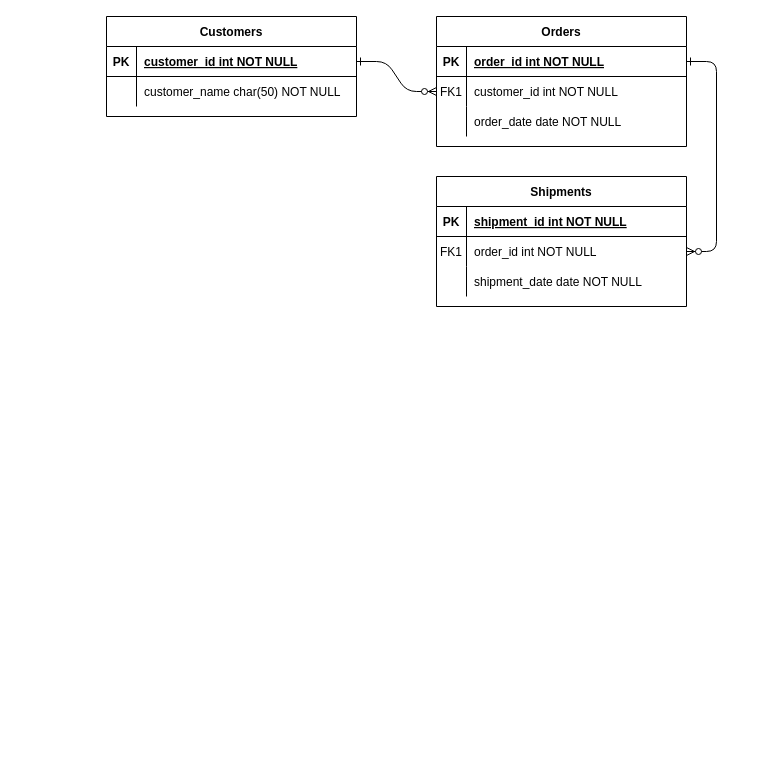
Above: Untitled Diagram.drawio in theninzaworld/theninzaworld (draw.io), before the change. Source tidied: cells renumbered, new cells numbered last; positions are measured from the earlier drawing's top-left corner, leaving out a move shared by most shapes. Both pictures are drawn from the tidied source at 100%, with x=0, y=0 at pixel (106, 16).
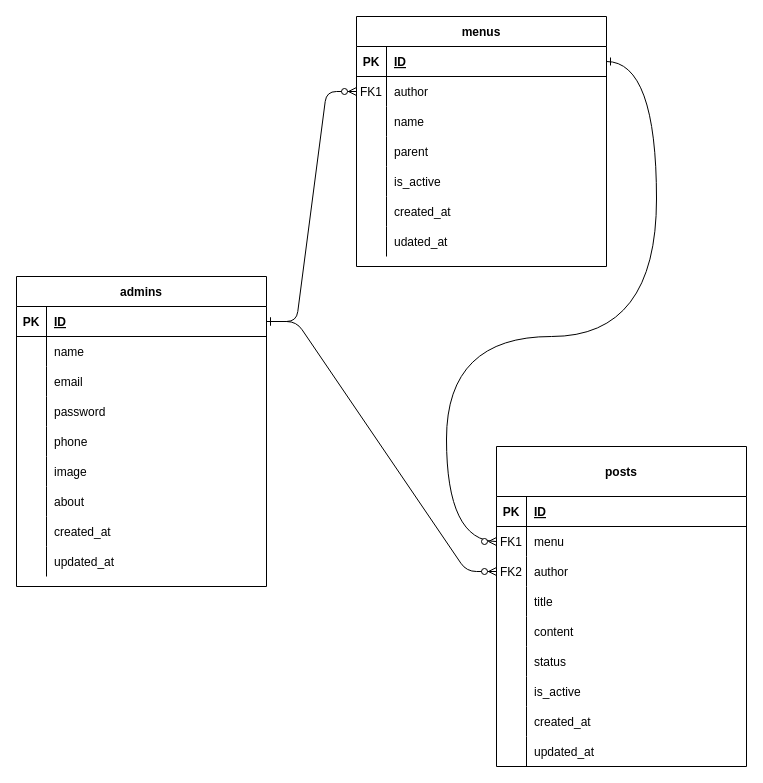
The same page after the edit.

Commit message:
Admin, Posts, Menus updated.drawio

The change refers to these unchanged cells:
```xml
<mxCell id="15" style="shape=partialRectangle;fillColor=none;points=[[0,0.5],[1,0.5]];portConstraint=eastwest;top=0;left=0;right=0;bottom=1;" parent="14" vertex="1">
  <mxGeometry y="30" width="250" height="30" as="geometry" />
</mxCell>
<mxCell id="18" style="shape=partialRectangle;fillColor=none;points=[[0,0.5],[1,0.5]];portConstraint=eastwest;top=0;left=0;right=0;bottom=0;" parent="14" vertex="1">
  <mxGeometry y="60" width="250" height="30" as="geometry" />
</mxCell>
<mxCell id="21" style="shape=partialRectangle;fillColor=none;top=0;left=0;right=0;bottom=0;" parent="14" vertex="1">
  <mxGeometry y="90" width="250" height="30" as="geometry" />
</mxCell>
<mxCell id="25" style="shape=partialRectangle;fillColor=none;points=[[0,0.5],[1,0.5]];portConstraint=eastwest;top=0;left=0;right=0;bottom=1;" parent="24" vertex="1">
  <mxGeometry y="30" width="250" height="30" as="geometry" />
</mxCell>
<mxCell id="28" style="shape=partialRectangle;fillColor=none;top=0;left=0;right=0;bottom=0;" parent="24" vertex="1">
  <mxGeometry y="60" width="250" height="30" as="geometry" />
</mxCell>
```

Change to the diagram source:
```diff
@@
-    <mxCell id="2" style="edgeStyle=entityRelationEdgeStyle;endArrow=ERzeroToMany;startArrow=ERone;endFill=1;startFill=0;" parent="1" edge="1" source="25" target="8">
+    <mxCell id="2" style="edgeStyle=entityRelationEdgeStyle;endArrow=ERzeroToMany;startArrow=ERone;endFill=1;startFill=0;entryX=0;entryY=0.5;entryDx=0;entryDy=0;" parent="1" edge="1" source="25" target="11">
       <mxGeometry relative="1" as="geometry" />
     </mxCell>
-    <mxCell id="3" style="edgeStyle=entityRelationEdgeStyle;endArrow=ERzeroToMany;startArrow=ERone;endFill=1;startFill=0;" parent="1" edge="1" source="5" target="18">
-      <mxGeometry relative="1" as="geometry" />
-    </mxCell>
-    <mxCell id="4" value="Orders" style="shape=table;startSize=30;childLayout=tableLayout;rowLines=0;fontStyle=1;align=center;" parent="1" vertex="1">
-      <mxGeometry x="330" width="250" height="130" as="geometry" />
+    <mxCell id="4" value="posts" style="shape=table;startSize=50;childLayout=tableLayout;rowLines=0;fontStyle=1;align=center;" parent="1" vertex="1">
+      <mxGeometry x="390" y="430" width="250" height="320" as="geometry" />
     </mxCell>
     <mxCell id="5" style="shape=partialRectangle;fillColor=none;points=[[0,0.5],[1,0.5]];portConstraint=eastwest;top=0;left=0;right=0;bottom=1;" parent="4" vertex="1">
-      <mxGeometry y="30" width="250" height="30" as="geometry" />
+      <mxGeometry y="50" width="250" height="30" as="geometry" />
     </mxCell>
@@
-    <mxCell id="7" value="order_id int NOT NULL " style="shape=partialRectangle;overflow=hidden;fillColor=none;top=0;left=0;bottom=0;right=0;align=left;spacingLeft=6;fontStyle=5;" parent="5" vertex="1">
+    <mxCell id="7" value="ID" style="shape=partialRectangle;overflow=hidden;fillColor=none;top=0;left=0;bottom=0;right=0;align=left;spacingLeft=6;fontStyle=5;" parent="5" vertex="1">
       <mxGeometry x="30" width="220" height="30" as="geometry" />
     </mxCell>
     <mxCell id="8" style="shape=partialRectangle;fillColor=none;points=[[0,0.5],[1,0.5]];portConstraint=eastwest;top=0;left=0;right=0;bottom=0;" parent="4" vertex="1">
-      <mxGeometry y="60" width="250" height="30" as="geometry" />
+      <mxGeometry y="80" width="250" height="30" as="geometry" />
     </mxCell>
@@
-    <mxCell id="10" value="customer_id int NOT NULL" style="shape=partialRectangle;overflow=hidden;fillColor=none;top=0;left=0;bottom=0;right=0;align=left;spacingLeft=6;" parent="8" vertex="1">
+    <mxCell id="10" value="menu" style="shape=partialRectangle;overflow=hidden;fillColor=none;top=0;left=0;bottom=0;right=0;align=left;spacingLeft=6;" parent="8" vertex="1">
       <mxGeometry x="30" width="220" height="30" as="geometry" />
     </mxCell>
     <mxCell id="11" style="shape=partialRectangle;fillColor=none;points=[[0,0.5],[1,0.5]];portConstraint=eastwest;top=0;left=0;right=0;bottom=0;" parent="4" vertex="1">
-      <mxGeometry y="90" width="250" height="30" as="geometry" />
+      <mxGeometry y="110" width="250" height="30" as="geometry" />
     </mxCell>
-    <mxCell id="12" style="shape=partialRectangle;overflow=hidden;fillColor=none;top=0;left=0;bottom=0;right=0;" parent="11" vertex="1">
+    <mxCell id="12" value="FK2" style="shape=partialRectangle;overflow=hidden;fillColor=none;top=0;left=0;bottom=0;right=0;" parent="11" vertex="1">
       <mxGeometry width="30" height="30" as="geometry" />
     </mxCell>
-    <mxCell id="13" value="order_date date NOT NULL" style="shape=partialRectangle;overflow=hidden;fillColor=none;top=0;left=0;bottom=0;right=0;align=left;spacingLeft=6;" parent="11" vertex="1">
+    <mxCell id="13" value="author" style="shape=partialRectangle;overflow=hidden;fillColor=none;top=0;left=0;bottom=0;right=0;align=left;spacingLeft=6;" parent="11" vertex="1">
       <mxGeometry x="30" width="220" height="30" as="geometry" />
     </mxCell>
+    <mxCell id="31" style="shape=partialRectangle;fillColor=none;top=0;left=0;right=0;bottom=0;" parent="4" vertex="1">
+      <mxGeometry y="140" width="250" height="30" as="geometry" />
+    </mxCell>
+    <mxCell id="32" style="shape=partialRectangle;overflow=hidden;fillColor=none;top=0;left=0;bottom=0;right=0;" parent="31" vertex="1">
+      <mxGeometry width="30" height="30" as="geometry" />
+    </mxCell>
+    <mxCell id="33" value="title" style="shape=partialRectangle;overflow=hidden;fillColor=none;top=0;left=0;bottom=0;right=0;align=left;spacingLeft=6;" parent="31" vertex="1">
+      <mxGeometry x="30" width="220" height="30" as="geometry" />
+    </mxCell>
+    <mxCell id="34" style="shape=partialRectangle;fillColor=none;top=0;left=0;right=0;bottom=0;" parent="4" vertex="1">
+      <mxGeometry y="170" width="250" height="30" as="geometry" />
+    </mxCell>
+    <mxCell id="35" style="shape=partialRectangle;overflow=hidden;fillColor=none;top=0;left=0;bottom=0;right=0;" parent="34" vertex="1">
+      <mxGeometry width="30" height="30" as="geometry" />
+    </mxCell>
+    <mxCell id="36" value="content" style="shape=partialRectangle;overflow=hidden;fillColor=none;top=0;left=0;bottom=0;right=0;align=left;spacingLeft=6;" parent="34" vertex="1">
+      <mxGeometry x="30" width="220" height="30" as="geometry" />
+    </mxCell>
+    <mxCell id="37" style="shape=partialRectangle;fillColor=none;top=0;left=0;right=0;bottom=0;" parent="4" vertex="1">
+      <mxGeometry y="200" width="250" height="30" as="geometry" />
+    </mxCell>
+    <mxCell id="38" style="shape=partialRectangle;overflow=hidden;fillColor=none;top=0;left=0;bottom=0;right=0;" parent="37" vertex="1">
+      <mxGeometry width="30" height="30" as="geometry" />
+    </mxCell>
+    <mxCell id="39" value="status" style="shape=partialRectangle;overflow=hidden;fillColor=none;top=0;left=0;bottom=0;right=0;align=left;spacingLeft=6;" parent="37" vertex="1">
+      <mxGeometry x="30" width="220" height="30" as="geometry" />
+    </mxCell>
+    <mxCell id="40" style="shape=partialRectangle;fillColor=none;top=0;left=0;right=0;bottom=0;" parent="4" vertex="1">
+      <mxGeometry y="230" width="250" height="30" as="geometry" />
+    </mxCell>
+    <mxCell id="41" style="shape=partialRectangle;overflow=hidden;fillColor=none;top=0;left=0;bottom=0;right=0;" parent="40" vertex="1">
+      <mxGeometry width="30" height="30" as="geometry" />
+    </mxCell>
+    <mxCell id="42" value="is_active" style="shape=partialRectangle;overflow=hidden;fillColor=none;top=0;left=0;bottom=0;right=0;align=left;spacingLeft=6;" parent="40" vertex="1">
+      <mxGeometry x="30" width="220" height="30" as="geometry" />
+    </mxCell>
+    <mxCell id="43" style="shape=partialRectangle;fillColor=none;top=0;left=0;right=0;bottom=0;" parent="4" vertex="1">
+      <mxGeometry y="260" width="250" height="30" as="geometry" />
+    </mxCell>
+    <mxCell id="44" style="shape=partialRectangle;overflow=hidden;fillColor=none;top=0;left=0;bottom=0;right=0;" parent="43" vertex="1">
+      <mxGeometry width="30" height="30" as="geometry" />
+    </mxCell>
+    <mxCell id="45" value="created_at" style="shape=partialRectangle;overflow=hidden;fillColor=none;top=0;left=0;bottom=0;right=0;align=left;spacingLeft=6;" parent="43" vertex="1">
+      <mxGeometry x="30" width="220" height="30" as="geometry" />
+    </mxCell>
+    <mxCell id="46" style="shape=partialRectangle;fillColor=none;top=0;left=0;right=0;bottom=0;" parent="4" vertex="1">
+      <mxGeometry y="290" width="250" height="30" as="geometry" />
+    </mxCell>
+    <mxCell id="47" style="shape=partialRectangle;overflow=hidden;fillColor=none;top=0;left=0;bottom=0;right=0;" parent="46" vertex="1">
+      <mxGeometry width="30" height="30" as="geometry" />
+    </mxCell>
+    <mxCell id="48" value="updated_at" style="shape=partialRectangle;overflow=hidden;fillColor=none;top=0;left=0;bottom=0;right=0;align=left;spacingLeft=6;" parent="46" vertex="1">
+      <mxGeometry x="30" width="220" height="30" as="geometry" />
+    </mxCell>
-    <mxCell id="14" value="Shipments" style="shape=table;startSize=30;childLayout=tableLayout;rowLines=0;fontStyle=1;align=center;" parent="1" vertex="1">
-      <mxGeometry x="330" y="160" width="250" height="130" as="geometry" />
+    <mxCell id="14" value="menus" style="shape=table;startSize=30;childLayout=tableLayout;rowLines=0;fontStyle=1;align=center;" parent="1" vertex="1">
+      <mxGeometry x="250" width="250" height="250" as="geometry" />
     </mxCell>
@@
-    <mxCell id="17" value="shipment_id int NOT NULL " style="shape=partialRectangle;overflow=hidden;fillColor=none;top=0;left=0;bottom=0;right=0;align=left;spacingLeft=6;fontStyle=5;" parent="15" vertex="1">
+    <mxCell id="17" value="ID" style="shape=partialRectangle;overflow=hidden;fillColor=none;top=0;left=0;bottom=0;right=0;align=left;spacingLeft=6;fontStyle=5;" parent="15" vertex="1">
       <mxGeometry x="30" width="220" height="30" as="geometry" />
     </mxCell>
@@
-    <mxCell id="20" value="order_id int NOT NULL" style="shape=partialRectangle;overflow=hidden;fillColor=none;top=0;left=0;bottom=0;right=0;align=left;spacingLeft=6;" parent="18" vertex="1">
+    <mxCell id="20" value="author" style="shape=partialRectangle;overflow=hidden;fillColor=none;top=0;left=0;bottom=0;right=0;align=left;spacingLeft=6;" parent="18" vertex="1">
       <mxGeometry x="30" width="220" height="30" as="geometry" />
     </mxCell>
@@
-    <mxCell id="23" value="shipment_date date NOT NULL" style="shape=partialRectangle;overflow=hidden;fillColor=none;top=0;left=0;bottom=0;right=0;align=left;spacingLeft=6;" parent="21" vertex="1">
+    <mxCell id="23" value="name" style="shape=partialRectangle;overflow=hidden;fillColor=none;top=0;left=0;bottom=0;right=0;align=left;spacingLeft=6;" parent="21" vertex="1">
       <mxGeometry x="30" width="220" height="30" as="geometry" />
     </mxCell>
+    <mxCell id="49" style="shape=partialRectangle;fillColor=none;top=0;left=0;right=0;bottom=0;" parent="14" vertex="1">
+      <mxGeometry y="120" width="250" height="30" as="geometry" />
+    </mxCell>
+    <mxCell id="50" style="shape=partialRectangle;overflow=hidden;fillColor=none;top=0;left=0;bottom=0;right=0;" parent="49" vertex="1">
+      <mxGeometry width="30" height="30" as="geometry" />
+    </mxCell>
+    <mxCell id="51" value="parent" style="shape=partialRectangle;overflow=hidden;fillColor=none;top=0;left=0;bottom=0;right=0;align=left;spacingLeft=6;" parent="49" vertex="1">
+      <mxGeometry x="30" width="220" height="30" as="geometry" />
+    </mxCell>
+    <mxCell id="52" style="shape=partialRectangle;fillColor=none;top=0;left=0;right=0;bottom=0;" parent="14" vertex="1">
+      <mxGeometry y="150" width="250" height="30" as="geometry" />
+    </mxCell>
+    <mxCell id="53" style="shape=partialRectangle;overflow=hidden;fillColor=none;top=0;left=0;bottom=0;right=0;" parent="52" vertex="1">
+      <mxGeometry width="30" height="30" as="geometry" />
+    </mxCell>
+    <mxCell id="54" value="is_active" style="shape=partialRectangle;overflow=hidden;fillColor=none;top=0;left=0;bottom=0;right=0;align=left;spacingLeft=6;" parent="52" vertex="1">
+      <mxGeometry x="30" width="220" height="30" as="geometry" />
+    </mxCell>
+    <mxCell id="55" style="shape=partialRectangle;fillColor=none;top=0;left=0;right=0;bottom=0;" parent="14" vertex="1">
+      <mxGeometry y="180" width="250" height="30" as="geometry" />
+    </mxCell>
+    <mxCell id="56" style="shape=partialRectangle;overflow=hidden;fillColor=none;top=0;left=0;bottom=0;right=0;" parent="55" vertex="1">
+      <mxGeometry width="30" height="30" as="geometry" />
+    </mxCell>
+    <mxCell id="57" value="created_at" style="shape=partialRectangle;overflow=hidden;fillColor=none;top=0;left=0;bottom=0;right=0;align=left;spacingLeft=6;" parent="55" vertex="1">
+      <mxGeometry x="30" width="220" height="30" as="geometry" />
+    </mxCell>
+    <mxCell id="58" style="shape=partialRectangle;fillColor=none;top=0;left=0;right=0;bottom=0;" parent="14" vertex="1">
+      <mxGeometry y="210" width="250" height="30" as="geometry" />
+    </mxCell>
+    <mxCell id="59" style="shape=partialRectangle;overflow=hidden;fillColor=none;top=0;left=0;bottom=0;right=0;" parent="58" vertex="1">
+      <mxGeometry width="30" height="30" as="geometry" />
+    </mxCell>
+    <mxCell id="60" value="udated_at" style="shape=partialRectangle;overflow=hidden;fillColor=none;top=0;left=0;bottom=0;right=0;align=left;spacingLeft=6;" parent="58" vertex="1">
+      <mxGeometry x="30" width="220" height="30" as="geometry" />
+    </mxCell>
-    <mxCell id="24" value="Customers" style="shape=table;startSize=30;childLayout=tableLayout;rowLines=0;fontStyle=1;align=center;" parent="1" vertex="1">
-      <mxGeometry width="250" height="100" as="geometry" />
+    <mxCell id="24" value="admins" style="shape=table;startSize=30;childLayout=tableLayout;rowLines=0;fontStyle=1;align=center;" parent="1" vertex="1">
+      <mxGeometry x="-90" y="260" width="250" height="310" as="geometry" />
     </mxCell>
@@
-    <mxCell id="27" value="customer_id int NOT NULL " style="shape=partialRectangle;overflow=hidden;fillColor=none;top=0;left=0;bottom=0;right=0;align=left;spacingLeft=6;fontStyle=5;" parent="25" vertex="1">
+    <mxCell id="27" value="ID" style="shape=partialRectangle;overflow=hidden;fillColor=none;top=0;left=0;bottom=0;right=0;align=left;spacingLeft=6;fontStyle=5;" parent="25" vertex="1">
       <mxGeometry x="30" width="220" height="30" as="geometry" />
     </mxCell>
@@
-    <mxCell id="30" value="customer_name char(50) NOT NULL" style="shape=partialRectangle;overflow=hidden;fillColor=none;top=0;left=0;bottom=0;right=0;align=left;spacingLeft=6;" parent="28" vertex="1">
+    <mxCell id="30" value="name" style="shape=partialRectangle;overflow=hidden;fillColor=none;top=0;left=0;bottom=0;right=0;align=left;spacingLeft=6;" parent="28" vertex="1">
       <mxGeometry x="30" width="220" height="30" as="geometry" />
     </mxCell>
+    <mxCell id="61" style="shape=partialRectangle;fillColor=none;top=0;left=0;right=0;bottom=0;" parent="24" vertex="1">
+      <mxGeometry y="90" width="250" height="30" as="geometry" />
+    </mxCell>
+    <mxCell id="62" style="shape=partialRectangle;overflow=hidden;fillColor=none;top=0;left=0;bottom=0;right=0;" parent="61" vertex="1">
+      <mxGeometry width="30" height="30" as="geometry" />
+    </mxCell>
+    <mxCell id="63" value="email" style="shape=partialRectangle;overflow=hidden;fillColor=none;top=0;left=0;bottom=0;right=0;align=left;spacingLeft=6;" parent="61" vertex="1">
+      <mxGeometry x="30" width="220" height="30" as="geometry" />
+    </mxCell>
+    <mxCell id="64" style="shape=partialRectangle;fillColor=none;top=0;left=0;right=0;bottom=0;" parent="24" vertex="1">
+      <mxGeometry y="120" width="250" height="30" as="geometry" />
+    </mxCell>
+    <mxCell id="65" style="shape=partialRectangle;overflow=hidden;fillColor=none;top=0;left=0;bottom=0;right=0;" parent="64" vertex="1">
+      <mxGeometry width="30" height="30" as="geometry" />
+    </mxCell>
+    <mxCell id="66" value="password" style="shape=partialRectangle;overflow=hidden;fillColor=none;top=0;left=0;bottom=0;right=0;align=left;spacingLeft=6;" parent="64" vertex="1">
+      <mxGeometry x="30" width="220" height="30" as="geometry" />
+    </mxCell>
+    <mxCell id="67" style="shape=partialRectangle;fillColor=none;top=0;left=0;right=0;bottom=0;" parent="24" vertex="1">
+      <mxGeometry y="150" width="250" height="30" as="geometry" />
+    </mxCell>
+    <mxCell id="68" style="shape=partialRectangle;overflow=hidden;fillColor=none;top=0;left=0;bottom=0;right=0;" parent="67" vertex="1">
+      <mxGeometry width="30" height="30" as="geometry" />
+    </mxCell>
+    <mxCell id="69" value="phone" style="shape=partialRectangle;overflow=hidden;fillColor=none;top=0;left=0;bottom=0;right=0;align=left;spacingLeft=6;" parent="67" vertex="1">
+      <mxGeometry x="30" width="220" height="30" as="geometry" />
+    </mxCell>
+    <mxCell id="70" style="shape=partialRectangle;fillColor=none;top=0;left=0;right=0;bottom=0;" parent="24" vertex="1">
+      <mxGeometry y="180" width="250" height="30" as="geometry" />
+    </mxCell>
+    <mxCell id="71" style="shape=partialRectangle;overflow=hidden;fillColor=none;top=0;left=0;bottom=0;right=0;" parent="70" vertex="1">
+      <mxGeometry width="30" height="30" as="geometry" />
+    </mxCell>
+    <mxCell id="72" value="image" style="shape=partialRectangle;overflow=hidden;fillColor=none;top=0;left=0;bottom=0;right=0;align=left;spacingLeft=6;" parent="70" vertex="1">
+      <mxGeometry x="30" width="220" height="30" as="geometry" />
+    </mxCell>
+    <mxCell id="73" style="shape=partialRectangle;fillColor=none;top=0;left=0;right=0;bottom=0;" parent="24" vertex="1">
+      <mxGeometry y="210" width="250" height="30" as="geometry" />
+    </mxCell>
+    <mxCell id="74" style="shape=partialRectangle;overflow=hidden;fillColor=none;top=0;left=0;bottom=0;right=0;" parent="73" vertex="1">
+      <mxGeometry width="30" height="30" as="geometry" />
+    </mxCell>
+    <mxCell id="75" value="about" style="shape=partialRectangle;overflow=hidden;fillColor=none;top=0;left=0;bottom=0;right=0;align=left;spacingLeft=6;" parent="73" vertex="1">
+      <mxGeometry x="30" width="220" height="30" as="geometry" />
+    </mxCell>
+    <mxCell id="76" style="shape=partialRectangle;fillColor=none;top=0;left=0;right=0;bottom=0;" parent="24" vertex="1">
+      <mxGeometry y="240" width="250" height="30" as="geometry" />
+    </mxCell>
+    <mxCell id="77" style="shape=partialRectangle;overflow=hidden;fillColor=none;top=0;left=0;bottom=0;right=0;" parent="76" vertex="1">
+      <mxGeometry width="30" height="30" as="geometry" />
+    </mxCell>
+    <mxCell id="78" value="created_at" style="shape=partialRectangle;overflow=hidden;fillColor=none;top=0;left=0;bottom=0;right=0;align=left;spacingLeft=6;" parent="76" vertex="1">
+      <mxGeometry x="30" width="220" height="30" as="geometry" />
+    </mxCell>
+    <mxCell id="79" style="shape=partialRectangle;fillColor=none;top=0;left=0;right=0;bottom=0;" parent="24" vertex="1">
+      <mxGeometry y="270" width="250" height="30" as="geometry" />
+    </mxCell>
+    <mxCell id="80" style="shape=partialRectangle;overflow=hidden;fillColor=none;top=0;left=0;bottom=0;right=0;" parent="79" vertex="1">
+      <mxGeometry width="30" height="30" as="geometry" />
+    </mxCell>
+    <mxCell id="81" value="updated_at" style="shape=partialRectangle;overflow=hidden;fillColor=none;top=0;left=0;bottom=0;right=0;align=left;spacingLeft=6;" parent="79" vertex="1">
+      <mxGeometry x="30" width="220" height="30" as="geometry" />
+    </mxCell>
+    <mxCell id="82" style="edgeStyle=orthogonalEdgeStyle;endArrow=ERzeroToMany;startArrow=ERone;endFill=1;startFill=0;exitX=1;exitY=0.5;exitDx=0;exitDy=0;entryX=0;entryY=0.5;entryDx=0;entryDy=0;curved=1;" parent="1" edge="1" source="15" target="8">
+      <mxGeometry relative="1" as="geometry">
+        <Array as="points">
+          <mxPoint x="550" y="45" />
+          <mxPoint x="550" y="320" />
+          <mxPoint x="340" y="320" />
+          <mxPoint x="340" y="525" />
+        </Array>
+      </mxGeometry>
+    </mxCell>
+    <mxCell id="83" style="edgeStyle=entityRelationEdgeStyle;endArrow=ERzeroToMany;startArrow=ERone;endFill=1;startFill=0;exitX=1;exitY=0.5;exitDx=0;exitDy=0;entryX=0;entryY=0.5;entryDx=0;entryDy=0;" parent="1" edge="1" source="25" target="18">
+      <mxGeometry relative="1" as="geometry" />
+    </mxCell>
```
